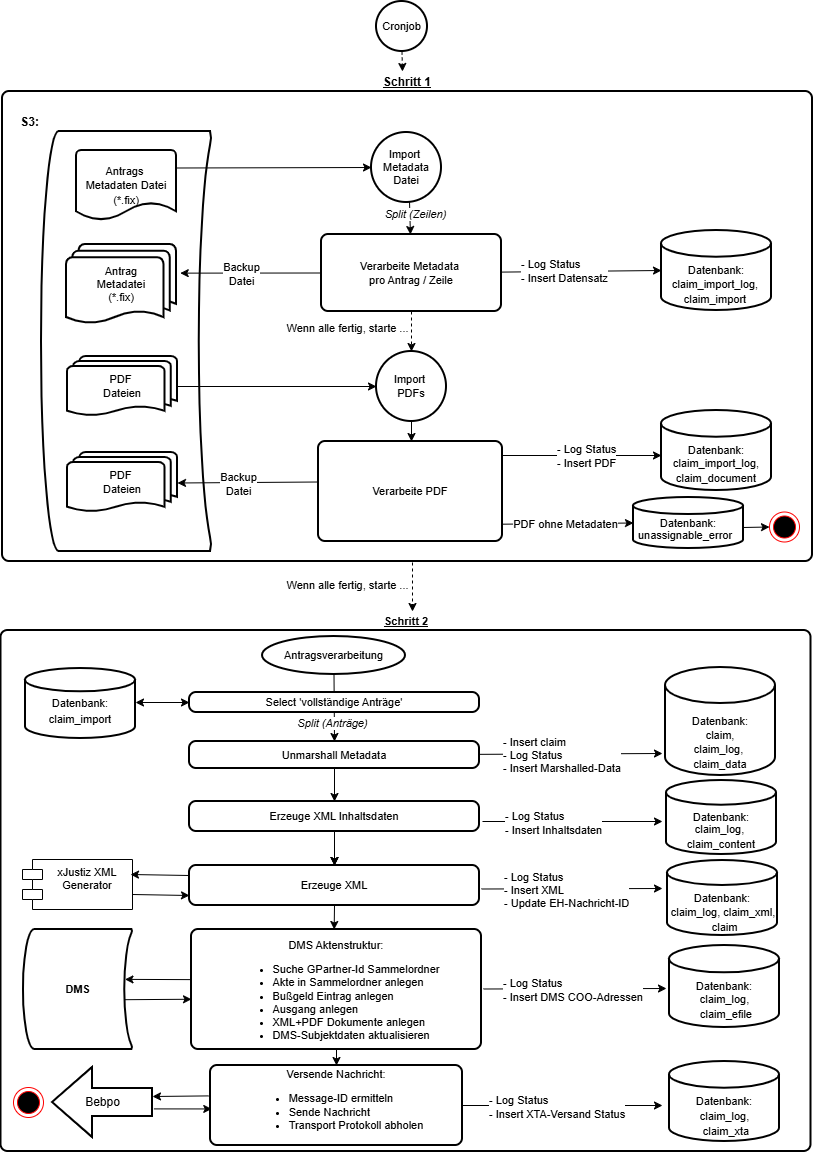
The draw.io diagram docs/EAI_ABLAUF.drawio.png in it-at-m/Erzwingungshaft, before a commit. Source tidied: cells renumbered, new cells last; positions are measured from the earlier drawing's top-left corner, leaving out a move shared by most shapes.
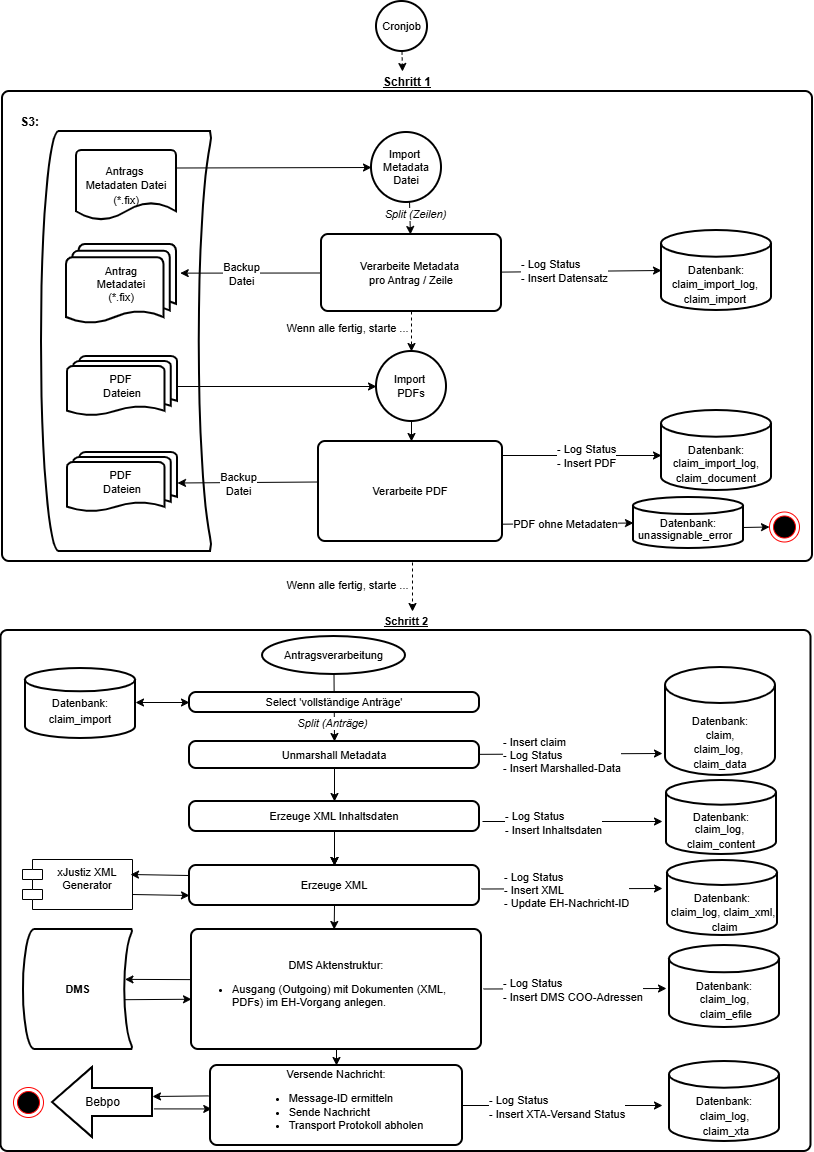
The same file after the commit.

The edit, as a diff of the source:
```diff
@@ -206,7 +206,7 @@
         <mxPoint x="-53" y="1" as="offset" />
       </mxGeometry>
     </mxCell>
-    <mxCell id="54" value="&lt;div&gt;&lt;br&gt;&lt;/div&gt;DMS Aktenstruktur:&lt;br&gt;&lt;ul&gt;&lt;li style=&quot;text-align: left;&quot;&gt;Suche GPartner-Id Sammelordner&lt;/li&gt;&lt;li style=&quot;text-align: left;&quot;&gt;Akte in Sammelordner anlegen&lt;/li&gt;&lt;li style=&quot;text-align: left;&quot;&gt;Bußgeld Eintrag anlegen&lt;/li&gt;&lt;li style=&quot;text-align: left;&quot;&gt;Ausgang anlegen&lt;/li&gt;&lt;li style=&quot;text-align: left;&quot;&gt;XML+PDF Dokumente anlegen&lt;/li&gt;&lt;li style=&quot;text-align: left;&quot;&gt;DMS-Subjektdaten aktualisieren&lt;/li&gt;&lt;/ul&gt;" style="rounded=1;whiteSpace=wrap;html=1;absoluteArcSize=1;arcSize=14;strokeWidth=2;align=center;fontSize=11;" parent="1" vertex="1">
+    <mxCell id="54" value="&lt;div&gt;&lt;span style=&quot;background-color: transparent; color: light-dark(rgb(0, 0, 0), rgb(255, 255, 255));&quot;&gt;DMS Aktenstruktur:&lt;/span&gt;&lt;/div&gt;&lt;ul&gt;&lt;li style=&quot;text-align: left;&quot;&gt;&lt;span style=&quot;background-color: transparent; color: light-dark(rgb(0, 0, 0), rgb(255, 255, 255));&quot;&gt;Ausgang (Outgoing) mit Dokumenten (XML, PDFs) im EH-Vorgang anlege&lt;/span&gt;n.&lt;/li&gt;&lt;/ul&gt;" style="rounded=1;whiteSpace=wrap;html=1;absoluteArcSize=1;arcSize=14;strokeWidth=2;align=center;fontSize=11;" parent="1" vertex="1">
       <mxGeometry x="191" y="928" width="290" height="120" as="geometry" />
     </mxCell>
     <mxCell id="55" style="endArrow=classic;html=1;rounded=0;exitX=0.5;exitY=1;exitDx=0;exitDy=0;entryX=0.492;entryY=0;entryDx=0;entryDy=0;entryPerimeter=0;" parent="1" edge="1" source="45" target="54">
```
